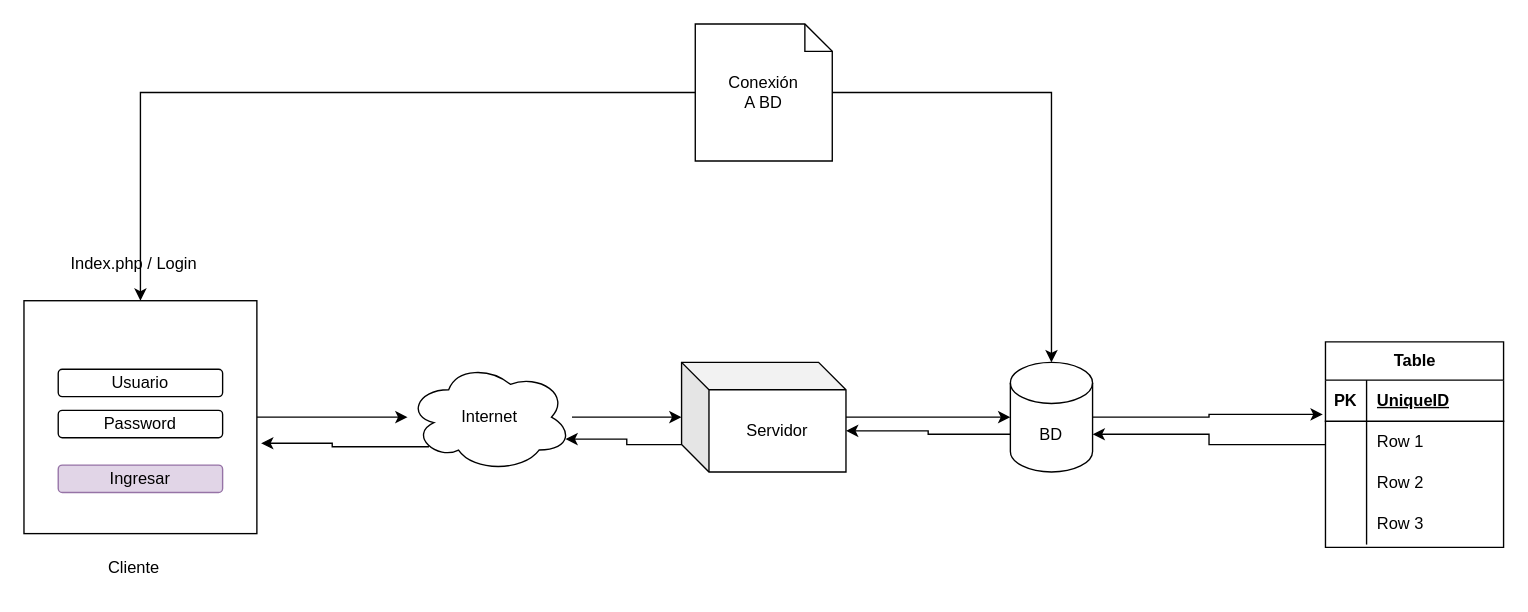
This is page "Cliente_Servidor" (1 of 2) of Proyecto_WebCarr.drawio from JlchavezG/WebCarr, a draw.io file, before an edit. Source tidied: cells renumbered, new cells numbered last; positions are measured from the earlier drawing's top-left corner, leaving out a move shared by most shapes. Both pictures are drawn from the tidied source at 137%, with x=0, y=0 at pixel (23, 23).
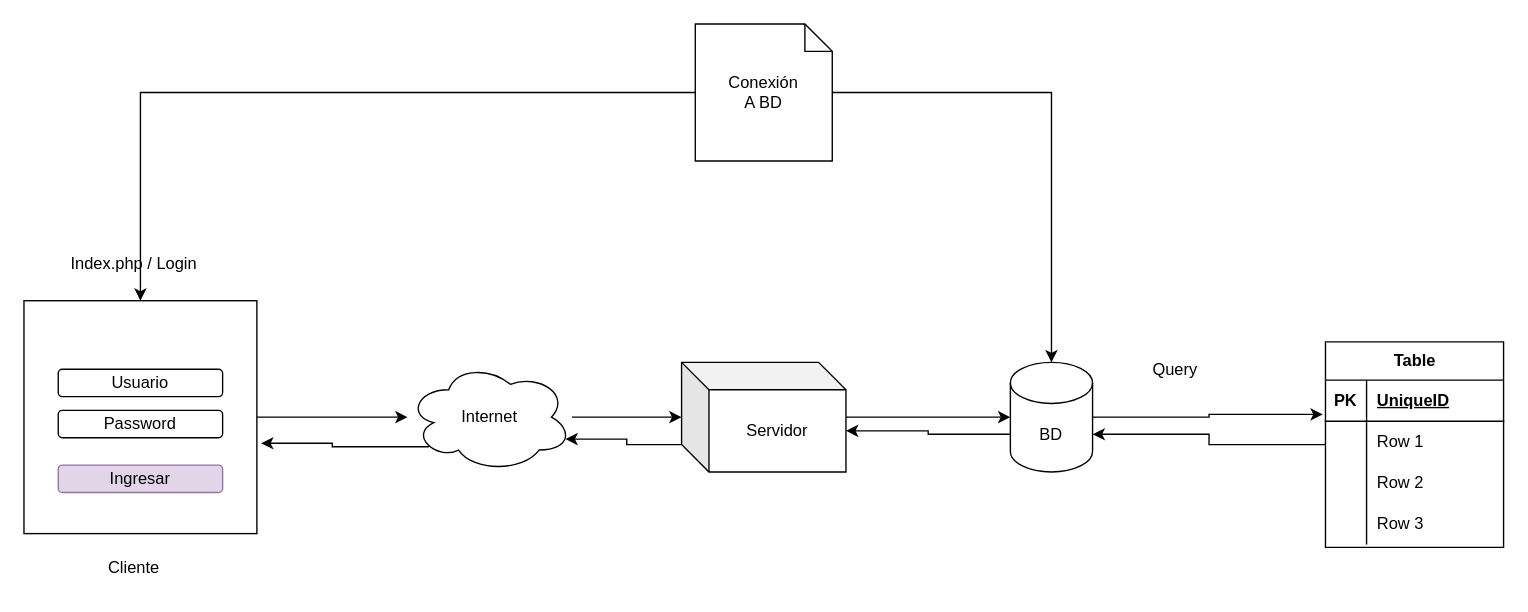
Above is the later version.

Diff of the diagram source:
```diff
@@
+    <mxCell id="35" value="Query" style="text;html=1;align=center;verticalAlign=middle;strokeColor=none;fillColor=none;" parent="1" vertex="1">
+      <mxGeometry x="810" y="238" width="60" height="30" as="geometry" />
+    </mxCell>
```
